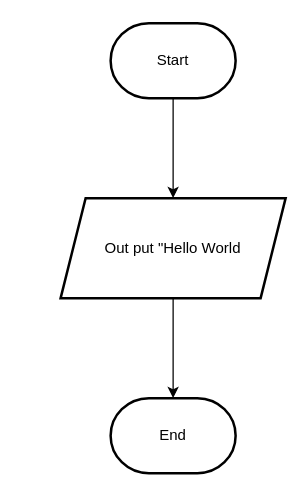
achitphon09/ENGCE117 keeps this draw.io diagram as HW1/HW1-1.drawio. Above is the earlier version. Source tidied: cells renumbered, new cells numbered last; positions are measured from the earlier drawing's top-left corner, leaving out a move shared by most shapes. Both pictures are drawn from the tidied source at 125%, with x=0, y=0 at pixel (60, 22).
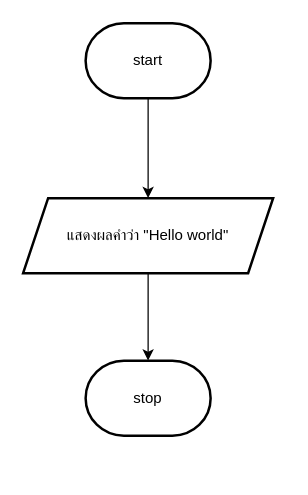
The same page after the edit.

The edit, as a diff of the source:
```diff
@@
 <mxGraphModel>
   <root>
     <mxCell id="0" />
     <mxCell id="1" parent="0" />
-    <mxCell id="2" style="edgeStyle=orthogonalEdgeStyle;rounded=0;jettySize=auto;html=1;" parent="1" edge="1" source="3" target="5">
-      <mxGeometry relative="1" as="geometry" />
-    </mxCell>
-    <mxCell id="3" value="Start" style="strokeWidth=2;html=1;shape=mxgraph.flowchart.terminator;whiteSpace=wrap;" parent="1" vertex="1">
-      <mxGeometry x="40" width="100" height="60" as="geometry" />
-    </mxCell>
-    <mxCell id="4" style="edgeStyle=orthogonalEdgeStyle;rounded=0;jettySize=auto;html=1;" parent="1" edge="1" source="5" target="6">
-      <mxGeometry relative="1" as="geometry" />
-    </mxCell>
-    <mxCell id="5" value="Out put &quot;Hello World" style="shape=parallelogram;perimeter=parallelogramPerimeter;whiteSpace=wrap;html=1;fixedSize=1;strokeWidth=2;" parent="1" vertex="1">
-      <mxGeometry y="140" width="180" height="80" as="geometry" />
-    </mxCell>
-    <mxCell id="6" value="End" style="strokeWidth=2;html=1;shape=mxgraph.flowchart.terminator;whiteSpace=wrap;" parent="1" vertex="1">
-      <mxGeometry x="40" y="300" width="100" height="60" as="geometry" />
-    </mxCell>
+    <mxCell id="7" style="edgeStyle=orthogonalEdgeStyle;rounded=0;jettySize=auto;html=1;" parent="1" edge="1" source="8" target="10">
+      <mxGeometry relative="1" as="geometry" />
+    </mxCell>
+    <mxCell id="8" value="start" style="strokeWidth=2;html=1;shape=mxgraph.flowchart.terminator;whiteSpace=wrap;" parent="1" vertex="1">
+      <mxGeometry x="20" width="100" height="60" as="geometry" />
+    </mxCell>
+    <mxCell id="9" style="edgeStyle=orthogonalEdgeStyle;rounded=0;jettySize=auto;html=1;" parent="1" edge="1" source="10" target="11">
+      <mxGeometry relative="1" as="geometry" />
+    </mxCell>
+    <mxCell id="10" value="แสดงผลคำว่า &quot;Hello world&quot;" style="shape=parallelogram;perimeter=parallelogramPerimeter;whiteSpace=wrap;html=1;fixedSize=1;strokeWidth=2;" parent="1" vertex="1">
+      <mxGeometry x="-30" y="140" width="200" height="60" as="geometry" />
+    </mxCell>
+    <mxCell id="11" value="stop" style="strokeWidth=2;html=1;shape=mxgraph.flowchart.terminator;whiteSpace=wrap;" parent="1" vertex="1">
+      <mxGeometry x="20" y="270" width="100" height="60" as="geometry" />
+    </mxCell>
   </root>
 </mxGraphModel>
```
